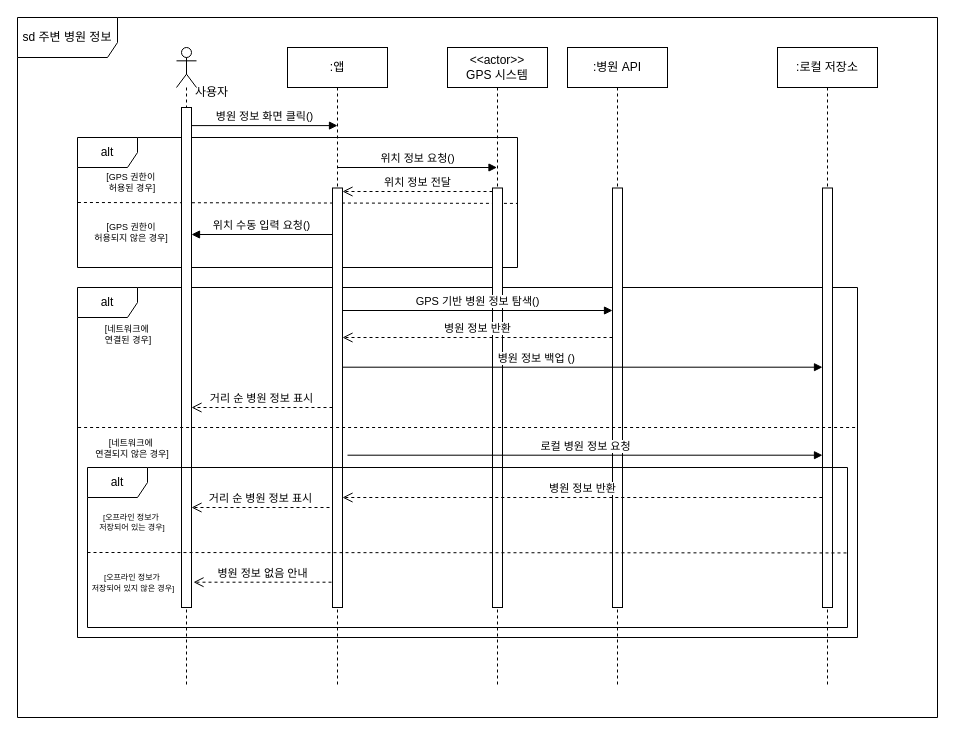
The draw.io diagram page "페이지-4" (4 of 8) of sd.drawio in wnthsk/sejujun, before the edit. Source tidied: cells renumbered, new cells numbered last; positions are measured from the earlier drawing's top-left corner, leaving out a move shared by most shapes. Both pictures are drawn from the tidied source at 100%, with x=0, y=0 at pixel (17, 17).
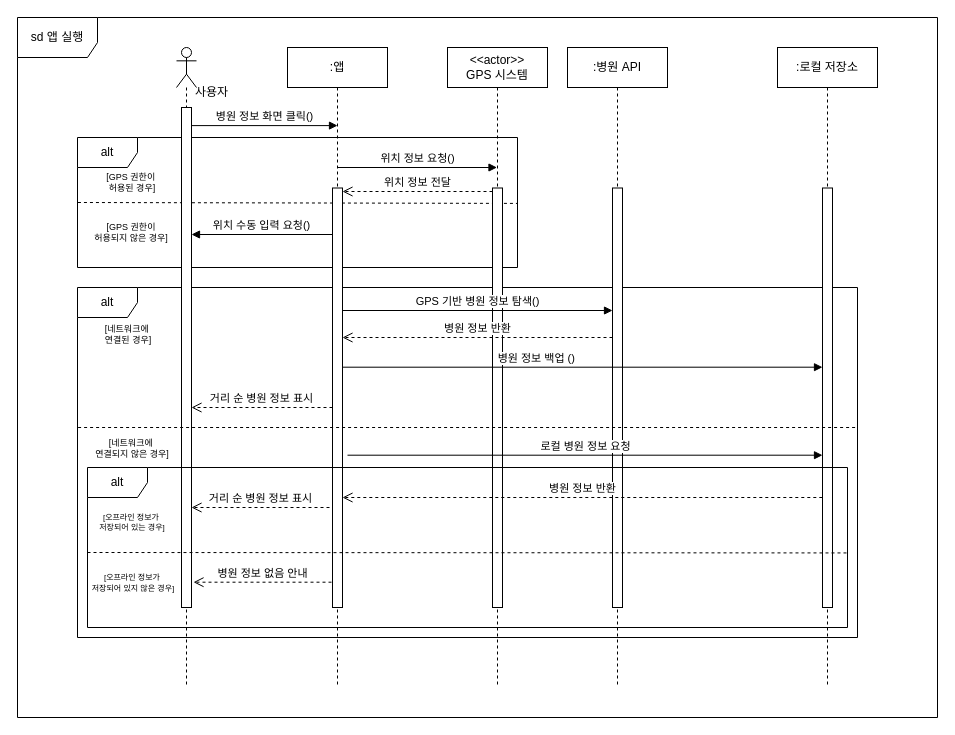
After the change.

Change to the diagram source:
```diff
@@
-    <mxCell id="3" value="sd 주변 병원 정보" style="shape=umlFrame;whiteSpace=wrap;html=1;width=100;height=40;" parent="1" vertex="1">
+    <mxCell id="3" value="sd 앱 실행" style="shape=umlFrame;whiteSpace=wrap;html=1;width=80;height=40;" parent="1" vertex="1">
       <mxGeometry width="920" height="700" as="geometry" />
     </mxCell>
```
